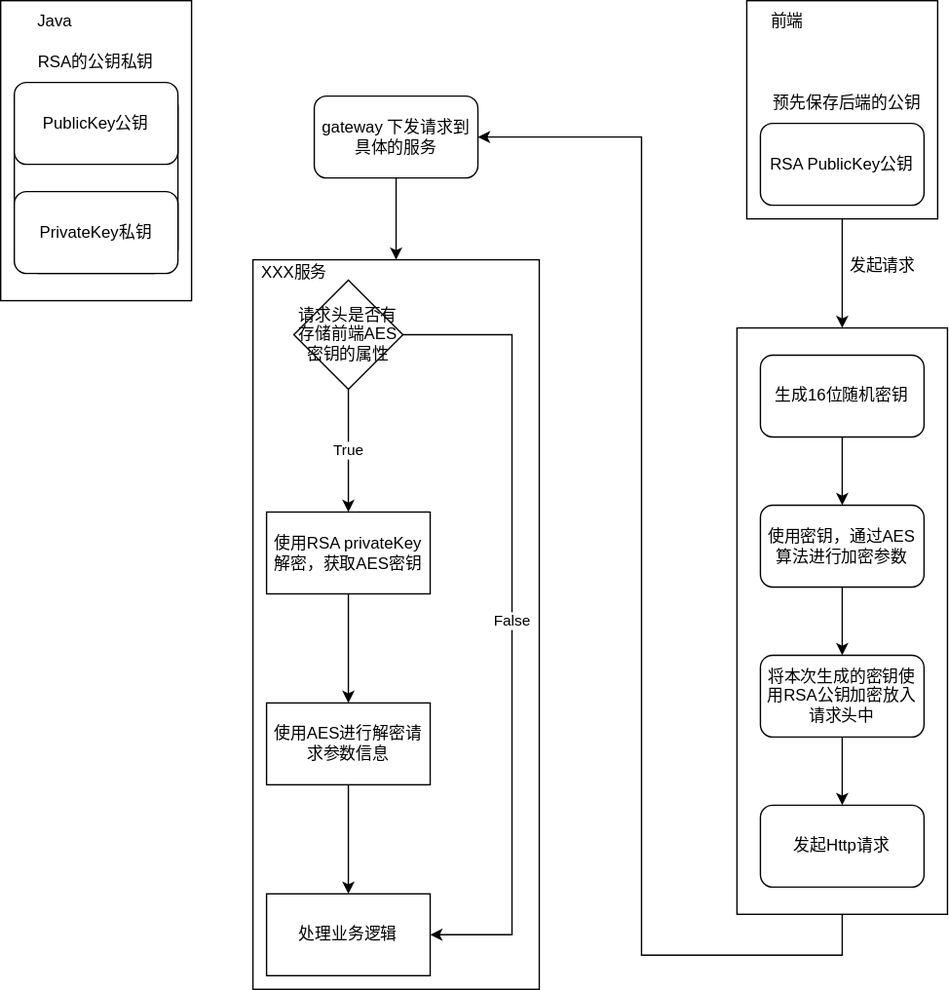
GitHubFeiLong/goudong-web-ui keeps this draw.io diagram as README/前端使用RSA和AES组合加密.svg. Above is the earlier version. Source tidied: cells renumbered, new cells last; positions are measured from the earlier drawing's top-left corner, leaving out a move shared by most shapes.
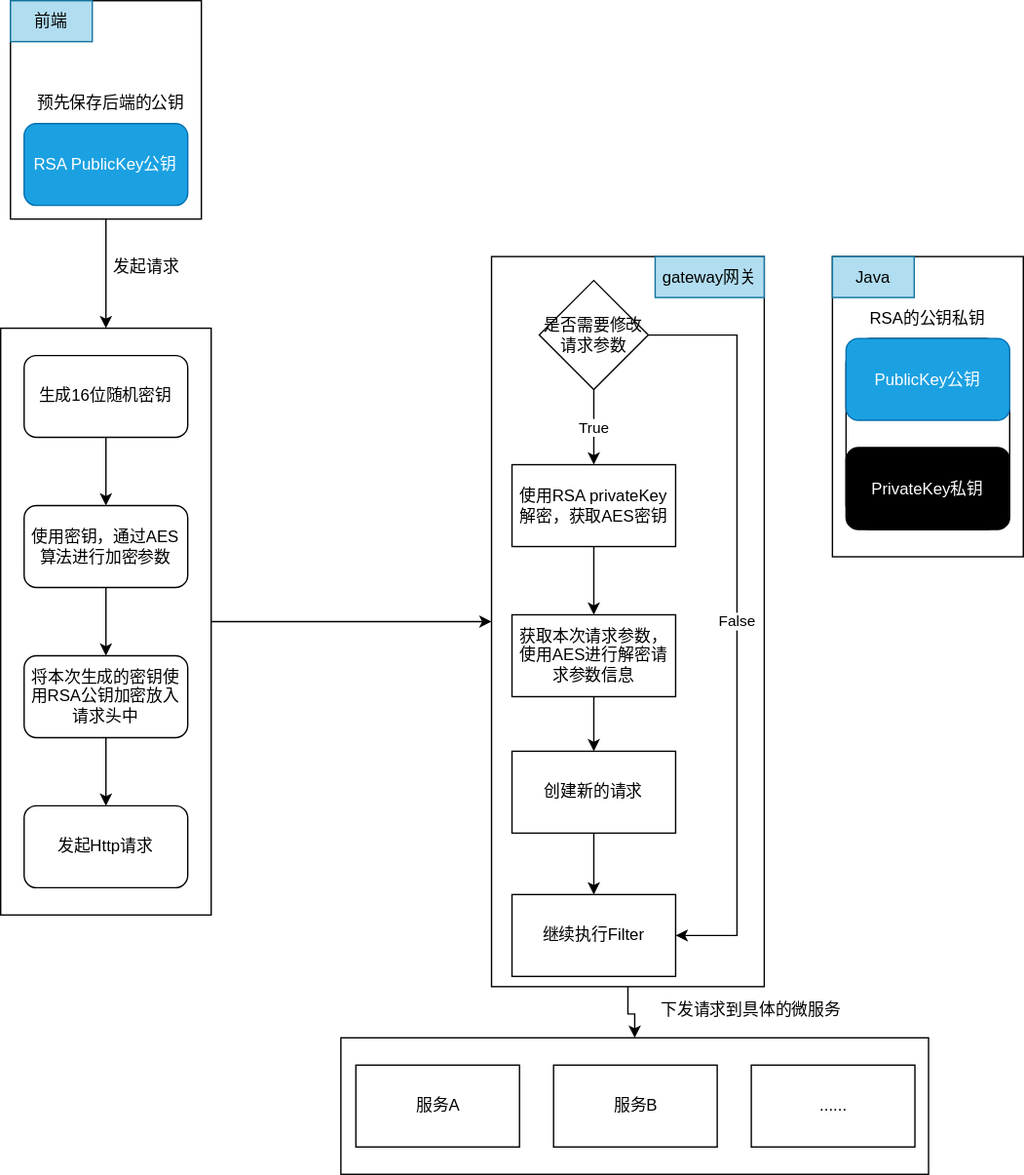
After the change.

Commit message:
画流程图，写文档

Diff of the diagram source:
```diff
@@ -2,115 +2,127 @@
   <root>
     <mxCell id="0" />
     <mxCell id="1" parent="0" />
+    <mxCell id="35" style="rounded=0;whiteSpace=wrap;html=1;fillColor=#FFFFFF;fontColor=#FFFFFF;" parent="1" vertex="1">
+      <mxGeometry x="59.5" y="770" width="431" height="100" as="geometry" />
+    </mxCell>
+    <mxCell id="36" style="edgeStyle=orthogonalEdgeStyle;rounded=0;jettySize=auto;html=1;entryX=0.5;entryY=0;entryDx=0;entryDy=0;fontColor=#FFFFFF;" parent="1" edge="1" source="2" target="35">
+      <mxGeometry relative="1" as="geometry" />
+    </mxCell>
     <mxCell id="2" style="rounded=0;whiteSpace=wrap;html=1;" parent="1" vertex="1">
-      <mxGeometry x="185" y="190" width="210" height="535" as="geometry" />
+      <mxGeometry x="170" y="197.5" width="200" height="535" as="geometry" />
     </mxCell>
-    <mxCell id="3" style="edgeStyle=orthogonalEdgeStyle;rounded=0;jettySize=auto;html=1;entryX=1;entryY=0.5;entryDx=0;entryDy=0;" parent="1" edge="1" source="4" target="25">
-      <mxGeometry relative="1" as="geometry">
-        <Array as="points">
-          <mxPoint x="617" y="700" />
-          <mxPoint x="470" y="700" />
-          <mxPoint x="470" y="100" />
-        </Array>
-      </mxGeometry>
-    </mxCell>
+    <mxCell id="37" style="edgeStyle=orthogonalEdgeStyle;rounded=0;jettySize=auto;html=1;entryX=0;entryY=0.5;entryDx=0;entryDy=0;fontColor=#FFFFFF;" parent="1" edge="1" source="4" target="2">
+      <mxGeometry relative="1" as="geometry" />
+    </mxCell>
     <mxCell id="4" style="rounded=0;whiteSpace=wrap;html=1;" parent="1" vertex="1">
-      <mxGeometry x="540" y="240" width="154.4" height="430" as="geometry" />
+      <mxGeometry x="-190" y="250" width="154.4" height="430" as="geometry" />
     </mxCell>
     <mxCell id="5" style="edgeStyle=orthogonalEdgeStyle;rounded=0;jettySize=auto;html=1;" parent="1" edge="1" source="6" target="4">
       <mxGeometry relative="1" as="geometry" />
     </mxCell>
     <mxCell id="6" style="rounded=0;whiteSpace=wrap;html=1;" parent="1" vertex="1">
-      <mxGeometry x="547.2" width="140" height="160" as="geometry" />
+      <mxGeometry x="-182.8" y="10" width="140" height="160" as="geometry" />
     </mxCell>
     <mxCell id="7" style="rounded=0;whiteSpace=wrap;html=1;" parent="1" vertex="1">
-      <mxGeometry width="140" height="220" as="geometry" />
+      <mxGeometry x="420" y="197.5" width="140" height="220" as="geometry" />
     </mxCell>
     <mxCell id="8" style="rounded=1;whiteSpace=wrap;html=1;align=center;verticalAlign=middle;" parent="1" vertex="1">
-      <mxGeometry x="10" y="60" width="120" height="140" as="geometry" />
+      <mxGeometry x="430" y="257.5" width="120" height="140" as="geometry" />
     </mxCell>
-    <mxCell id="9" value="PublicKey公钥" style="rounded=1;whiteSpace=wrap;html=1;align=center;verticalAlign=middle;" parent="1" vertex="1">
-      <mxGeometry x="10" y="60" width="120" height="60" as="geometry" />
+    <mxCell id="9" value="PublicKey公钥" style="rounded=1;whiteSpace=wrap;html=1;align=center;verticalAlign=middle;fillColor=#1ba1e2;strokeColor=#006EAF;fontColor=#ffffff;" parent="1" vertex="1">
+      <mxGeometry x="430" y="257.5" width="120" height="60" as="geometry" />
     </mxCell>
-    <mxCell id="10" value="PrivateKey私钥" style="rounded=1;whiteSpace=wrap;html=1;align=center;verticalAlign=middle;" parent="1" vertex="1">
-      <mxGeometry x="10" y="140" width="120" height="60" as="geometry" />
+    <mxCell id="10" value="PrivateKey私钥" style="rounded=1;whiteSpace=wrap;html=1;align=center;verticalAlign=middle;fillColor=#000000;fontColor=#FFFFFF;" parent="1" vertex="1">
+      <mxGeometry x="430" y="337.5" width="120" height="60" as="geometry" />
     </mxCell>
     <mxCell id="11" value="RSA的公钥私钥" style="text;html=1;strokeColor=none;fillColor=none;align=center;verticalAlign=middle;whiteSpace=wrap;rounded=0;" parent="1" vertex="1">
-      <mxGeometry x="25" y="30" width="90" height="30" as="geometry" />
+      <mxGeometry x="445" y="227.5" width="90" height="30" as="geometry" />
     </mxCell>
-    <mxCell id="12" value="RSA PublicKey公钥" style="whiteSpace=wrap;html=1;rounded=1;" parent="1" vertex="1">
-      <mxGeometry x="557.2" y="90" width="120" height="60" as="geometry" />
+    <mxCell id="12" value="RSA PublicKey公钥" style="whiteSpace=wrap;html=1;rounded=1;fillColor=#1ba1e2;strokeColor=#006EAF;fontColor=#ffffff;" parent="1" vertex="1">
+      <mxGeometry x="-172.8" y="100" width="120" height="60" as="geometry" />
     </mxCell>
-    <mxCell id="13" value="Java" style="text;html=1;strokeColor=none;fillColor=none;align=center;verticalAlign=middle;whiteSpace=wrap;rounded=0;" parent="1" vertex="1">
-      <mxGeometry x="10" width="60" height="30" as="geometry" />
+    <mxCell id="13" value="Java" style="text;html=1;strokeColor=#10739e;fillColor=#b1ddf0;align=center;verticalAlign=middle;whiteSpace=wrap;rounded=0;" parent="1" vertex="1">
+      <mxGeometry x="420" y="197.5" width="60" height="30" as="geometry" />
     </mxCell>
-    <mxCell id="14" value="前端" style="text;html=1;strokeColor=none;fillColor=none;align=center;verticalAlign=middle;whiteSpace=wrap;rounded=0;" parent="1" vertex="1">
-      <mxGeometry x="547.2" width="60" height="30" as="geometry" />
+    <mxCell id="14" value="前端" style="text;html=1;strokeColor=#10739e;fillColor=#b1ddf0;align=center;verticalAlign=middle;whiteSpace=wrap;rounded=0;" parent="1" vertex="1">
+      <mxGeometry x="-182.8" y="10" width="60" height="30" as="geometry" />
     </mxCell>
     <mxCell id="15" value="预先保存后端的公钥" style="text;html=1;strokeColor=none;fillColor=none;align=center;verticalAlign=middle;whiteSpace=wrap;rounded=0;" parent="1" vertex="1">
-      <mxGeometry x="561.2" y="60" width="120" height="30" as="geometry" />
+      <mxGeometry x="-168.8" y="70" width="120" height="30" as="geometry" />
     </mxCell>
     <mxCell id="16" style="edgeStyle=orthogonalEdgeStyle;rounded=0;jettySize=auto;html=1;" parent="1" edge="1" source="17" target="19">
       <mxGeometry relative="1" as="geometry" />
     </mxCell>
     <mxCell id="17" value="生成16位随机密钥" style="whiteSpace=wrap;html=1;rounded=1;" parent="1" vertex="1">
-      <mxGeometry x="557.2" y="260" width="120" height="60" as="geometry" />
+      <mxGeometry x="-172.8" y="270" width="120" height="60" as="geometry" />
     </mxCell>
     <mxCell id="18" style="edgeStyle=orthogonalEdgeStyle;rounded=0;jettySize=auto;html=1;" parent="1" edge="1" source="19" target="22">
       <mxGeometry relative="1" as="geometry" />
     </mxCell>
     <mxCell id="19" value="使用密钥，通过AES算法进行加密参数" style="whiteSpace=wrap;html=1;rounded=1;" parent="1" vertex="1">
-      <mxGeometry x="557.2" y="370" width="120" height="60" as="geometry" />
+      <mxGeometry x="-172.8" y="380" width="120" height="60" as="geometry" />
     </mxCell>
     <mxCell id="20" value="发起请求" style="text;html=1;strokeColor=none;fillColor=none;align=center;verticalAlign=middle;whiteSpace=wrap;rounded=0;" parent="1" vertex="1">
-      <mxGeometry x="617.2" y="180" width="60" height="30" as="geometry" />
+      <mxGeometry x="-112.8" y="190" width="60" height="30" as="geometry" />
     </mxCell>
     <mxCell id="21" style="edgeStyle=orthogonalEdgeStyle;rounded=0;jettySize=auto;html=1;" parent="1" edge="1" source="22" target="23">
       <mxGeometry relative="1" as="geometry" />
     </mxCell>
     <mxCell id="22" value="将本次生成的密钥使用RSA公钥加密放入请求头中" style="whiteSpace=wrap;html=1;rounded=1;" parent="1" vertex="1">
-      <mxGeometry x="557.2" y="480" width="120" height="60" as="geometry" />
+      <mxGeometry x="-172.8" y="490" width="120" height="60" as="geometry" />
     </mxCell>
     <mxCell id="23" value="发起Http请求" style="whiteSpace=wrap;html=1;rounded=1;" parent="1" vertex="1">
-      <mxGeometry x="557.2" y="590" width="120" height="60" as="geometry" />
+      <mxGeometry x="-172.8" y="600" width="120" height="60" as="geometry" />
     </mxCell>
-    <mxCell id="24" style="edgeStyle=orthogonalEdgeStyle;rounded=0;jettySize=auto;html=1;entryX=0.5;entryY=0;entryDx=0;entryDy=0;" parent="1" edge="1" source="25" target="2">
-      <mxGeometry relative="1" as="geometry" />
-    </mxCell>
-    <mxCell id="25" value="gateway 下发请求到具体的服务" style="rounded=1;whiteSpace=wrap;html=1;" parent="1" vertex="1">
-      <mxGeometry x="230" y="70" width="120" height="60" as="geometry" />
-    </mxCell>
     <mxCell id="26" value="True" style="edgeStyle=orthogonalEdgeStyle;rounded=0;jettySize=auto;html=1;" parent="1" edge="1" source="28" target="30">
       <mxGeometry relative="1" as="geometry" />
     </mxCell>
     <mxCell id="27" value="False" style="edgeStyle=orthogonalEdgeStyle;rounded=0;jettySize=auto;html=1;entryX=1;entryY=0.5;entryDx=0;entryDy=0;" parent="1" edge="1" source="28" target="33">
       <mxGeometry relative="1" as="geometry">
         <Array as="points">
-          <mxPoint x="375" y="245" />
-          <mxPoint x="375" y="685" />
+          <mxPoint x="350" y="255" />
+          <mxPoint x="350" y="695" />
         </Array>
       </mxGeometry>
     </mxCell>
-    <mxCell id="28" value="请求头是否有存储前端AES密钥的属性" style="rhombus;whiteSpace=wrap;html=1;rounded=0;" parent="1" vertex="1">
-      <mxGeometry x="215" y="205" width="80" height="80" as="geometry" />
+    <mxCell id="28" value="是否需要修改请求参数" style="rhombus;whiteSpace=wrap;html=1;rounded=0;" parent="1" vertex="1">
+      <mxGeometry x="205" y="215" width="80" height="80" as="geometry" />
     </mxCell>
     <mxCell id="29" style="edgeStyle=orthogonalEdgeStyle;rounded=0;jettySize=auto;html=1;" parent="1" edge="1" source="30" target="32">
       <mxGeometry relative="1" as="geometry" />
     </mxCell>
     <mxCell id="30" value="使用RSA privateKey解密，获取AES密钥" style="whiteSpace=wrap;html=1;rounded=0;" parent="1" vertex="1">
-      <mxGeometry x="195" y="375" width="120" height="60" as="geometry" />
+      <mxGeometry x="185" y="350" width="120" height="60" as="geometry" />
     </mxCell>
-    <mxCell id="31" style="edgeStyle=orthogonalEdgeStyle;rounded=0;jettySize=auto;html=1;" parent="1" edge="1" source="32" target="33">
-      <mxGeometry relative="1" as="geometry" />
-    </mxCell>
+    <mxCell id="38" style="edgeStyle=orthogonalEdgeStyle;rounded=0;jettySize=auto;html=1;fontColor=#FFFFFF;" parent="1" edge="1" source="32" target="41">
+      <mxGeometry relative="1" as="geometry" />
+    </mxCell>
-    <mxCell id="32" value="使用AES进行解密请求参数信息" style="whiteSpace=wrap;html=1;rounded=0;" parent="1" vertex="1">
-      <mxGeometry x="195" y="515" width="120" height="60" as="geometry" />
+    <mxCell id="32" value="获取本次请求参数，使用AES进行解密请求参数信息" style="whiteSpace=wrap;html=1;rounded=0;" parent="1" vertex="1">
+      <mxGeometry x="185" y="460" width="120" height="60" as="geometry" />
     </mxCell>
-    <mxCell id="33" value="处理业务逻辑" style="whiteSpace=wrap;html=1;rounded=0;" parent="1" vertex="1">
-      <mxGeometry x="195" y="655" width="120" height="60" as="geometry" />
+    <mxCell id="33" value="继续执行Filter" style="whiteSpace=wrap;html=1;rounded=0;" parent="1" vertex="1">
+      <mxGeometry x="185" y="665" width="120" height="60" as="geometry" />
     </mxCell>
-    <mxCell id="34" value="XXX服务" style="text;html=1;align=center;verticalAlign=middle;strokeColor=none;fillColor=none;" parent="1" vertex="1">
-      <mxGeometry x="185" y="190" width="60" height="20" as="geometry" />
-    </mxCell>
+    <mxCell id="39" value="&lt;span&gt;gateway网关&lt;/span&gt;" style="text;html=1;strokeColor=#10739e;fillColor=#b1ddf0;align=center;verticalAlign=middle;whiteSpace=wrap;rounded=0;" parent="1" vertex="1">
+      <mxGeometry x="290" y="197.5" width="80" height="30" as="geometry" />
+    </mxCell>
+    <mxCell id="40" style="edgeStyle=orthogonalEdgeStyle;rounded=0;jettySize=auto;html=1;entryX=0.5;entryY=0;entryDx=0;entryDy=0;fontColor=#FFFFFF;" parent="1" edge="1" source="41" target="33">
+      <mxGeometry relative="1" as="geometry" />
+    </mxCell>
+    <mxCell id="41" value="创建新的请求" style="whiteSpace=wrap;html=1;rounded=0;" parent="1" vertex="1">
+      <mxGeometry x="185" y="560" width="120" height="60" as="geometry" />
+    </mxCell>
+    <mxCell id="42" value="&lt;font color=&quot;#000000&quot;&gt;服务A&lt;/font&gt;" style="rounded=0;whiteSpace=wrap;html=1;fontColor=#FFFFFF;fillColor=#FFFFFF;" parent="1" vertex="1">
+      <mxGeometry x="70.5" y="790" width="120" height="60" as="geometry" />
+    </mxCell>
+    <mxCell id="43" value="&lt;font color=&quot;#000000&quot;&gt;服务B&lt;/font&gt;" style="rounded=0;whiteSpace=wrap;html=1;fontColor=#FFFFFF;fillColor=#FFFFFF;" parent="1" vertex="1">
+      <mxGeometry x="215.5" y="790" width="120" height="60" as="geometry" />
+    </mxCell>
+    <mxCell id="44" value="&lt;font color=&quot;#000000&quot;&gt;......&lt;/font&gt;" style="rounded=0;whiteSpace=wrap;html=1;fontColor=#FFFFFF;fillColor=#FFFFFF;" parent="1" vertex="1">
+      <mxGeometry x="360.5" y="790" width="120" height="60" as="geometry" />
+    </mxCell>
+    <mxCell id="45" value="&lt;font color=&quot;#000000&quot;&gt;下发请求到具体的微服务&lt;/font&gt;" style="text;html=1;align=center;verticalAlign=middle;fontColor=#FFFFFF;" parent="1" vertex="1">
+      <mxGeometry x="285" y="740" width="150" height="20" as="geometry" />
+    </mxCell>
   </root>
 </mxGraphModel>
```
